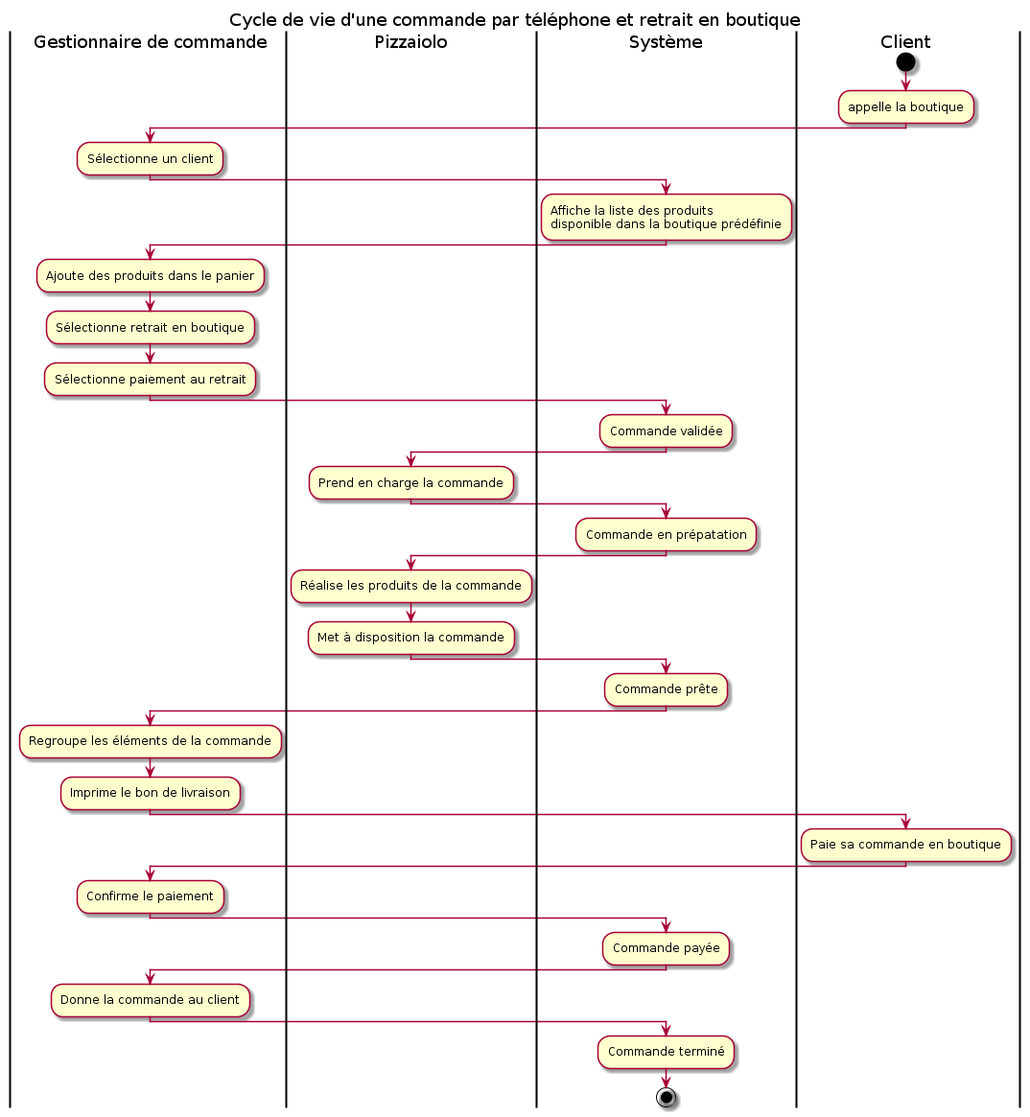
This is v4/img/04_workflow2.png from Zepmanbc/oc_dapython_pr4, a PlantUML export, as it was before one commit.
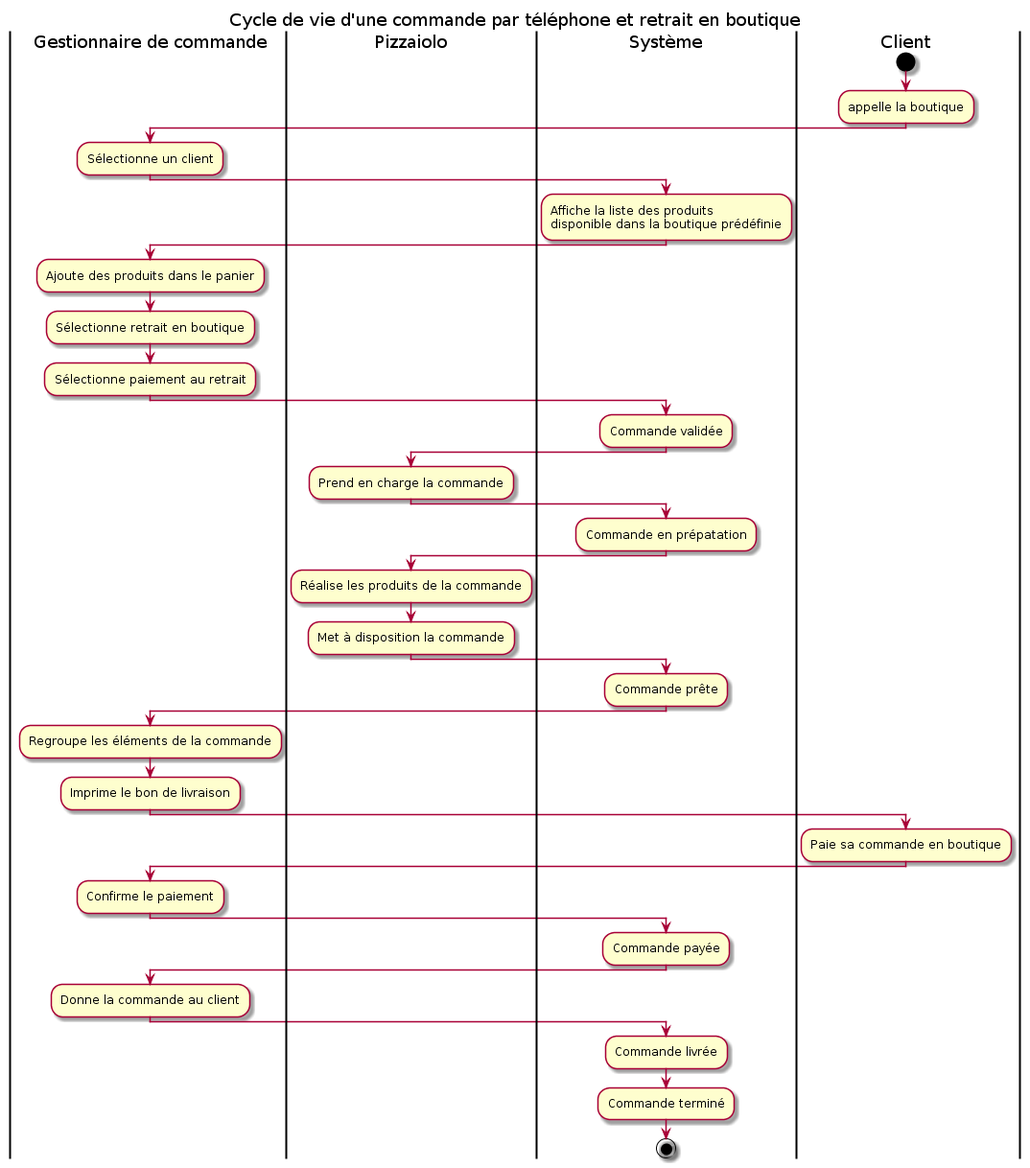
Above is the later version.

Commit message:
update workflow pics

Diff of the diagram source:
```diff
@@ -42,6 +42,7 @@
 |Gestionnaire de commande|
 :Donne la commande au client;
 |Système|
+:Commande livrée;
 :Commande terminé;
 
 
```
